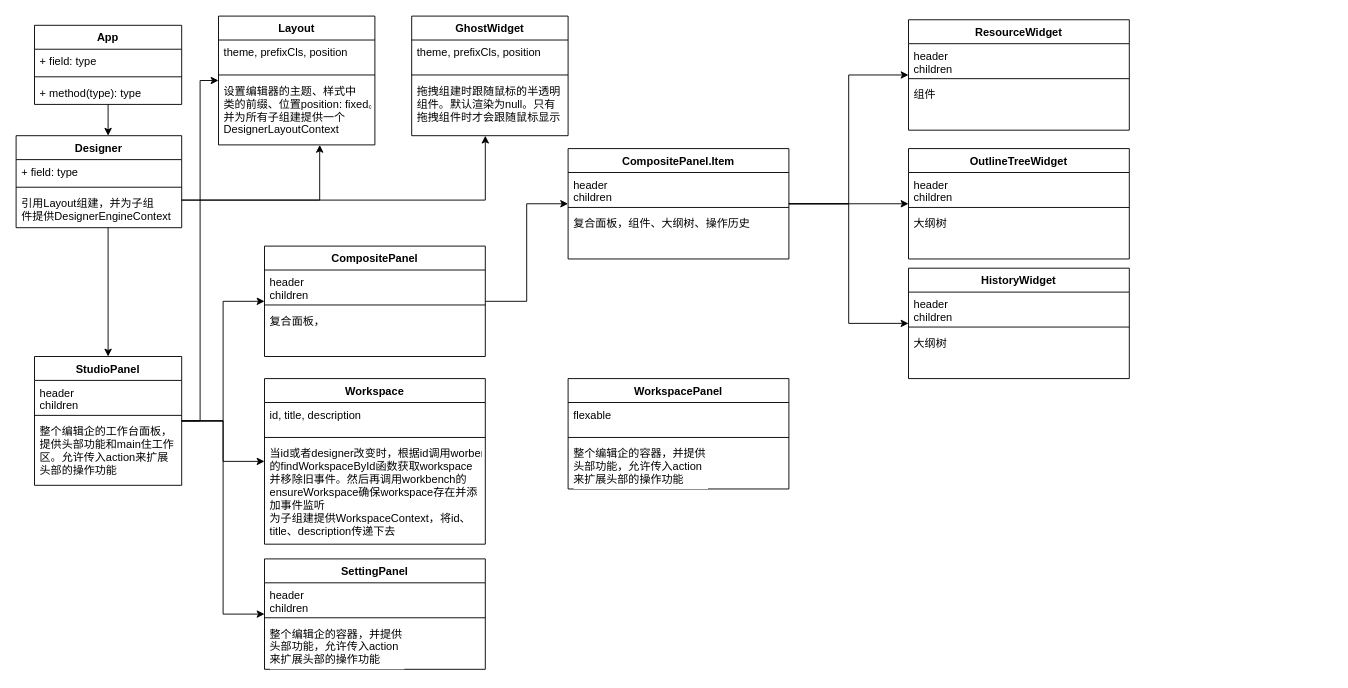
Above: page "第 2 页" (2 of 2) of designable.drawio in laogong5i0/app.diagrams (draw.io), before the change. Source tidied: cells renumbered, new cells numbered last; positions are measured from the earlier drawing's top-left corner, leaving out a move shared by most shapes. Both pictures are drawn from the tidied source at 92%, with x=0, y=0 at pixel (16, 16).
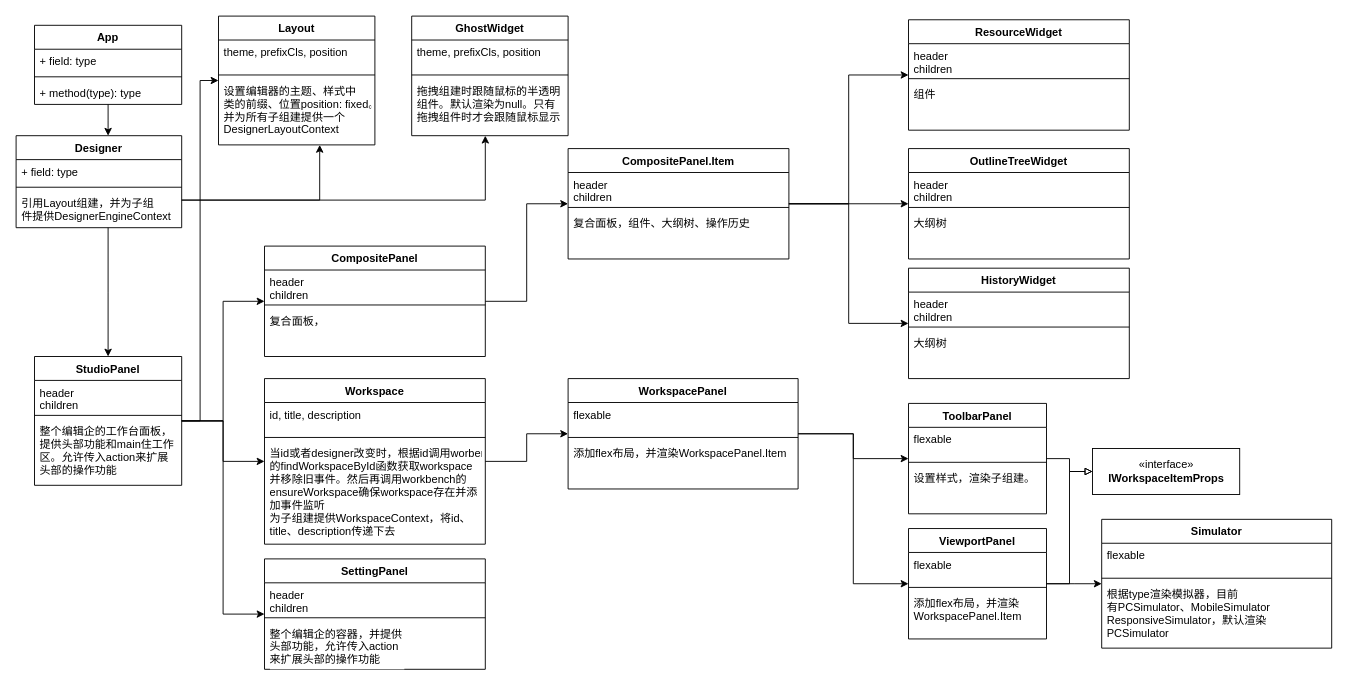
Above is the later version.

The change refers to these unchanged cells:
```xml
<mxCell id="26" value="Workspace" style="swimlane;fontStyle=1;align=center;verticalAlign=top;horizontal=1;startSize=26;labelBackgroundColor=#FFFFFF;fontFamily=Helvetica;fontColor=#000000;" parent="1" vertex="1">
  <mxGeometry x="270" y="394" width="240" height="180" as="geometry" />
</mxCell>
```

The edit, as a diff of the source:
```diff
@@
+    <mxCell id="66" style="edgeStyle=elbowEdgeStyle;rounded=0;jettySize=auto;html=1;fontFamily=Helvetica;fontColor=#000000;endArrow=classic;endFill=1;" parent="1" edge="1" source="26" target="62">
+      <mxGeometry relative="1" as="geometry" />
+    </mxCell>
@@
+    <mxCell id="67" style="edgeStyle=elbowEdgeStyle;rounded=0;jettySize=auto;html=1;fontFamily=Helvetica;fontColor=#000000;endArrow=classic;endFill=1;" parent="1" edge="1" source="62" target="71">
+      <mxGeometry relative="1" as="geometry" />
+    </mxCell>
+    <mxCell id="68" style="edgeStyle=elbowEdgeStyle;rounded=0;jettySize=auto;html=1;fontFamily=Helvetica;fontColor=#000000;endArrow=classic;endFill=1;" parent="1" edge="1" source="62" target="77">
+      <mxGeometry relative="1" as="geometry" />
+    </mxCell>
     <mxCell id="62" value="WorkspacePanel" style="swimlane;fontStyle=1;align=center;verticalAlign=top;horizontal=1;startSize=26;labelBackgroundColor=#FFFFFF;fontFamily=Helvetica;fontColor=#000000;" parent="1" vertex="1">
-      <mxGeometry x="600" y="394" width="240" height="120" as="geometry" />
+      <mxGeometry x="600" y="394" width="250" height="120" as="geometry" />
     </mxCell>
     <mxCell id="63" value="flexable" style="text;strokeColor=none;fillColor=none;align=left;verticalAlign=top;spacingLeft=4;spacingRight=4;overflow=hidden;labelBackgroundColor=#FFFFFF;fontFamily=Helvetica;fontColor=#000000;" parent="62" vertex="1">
-      <mxGeometry y="26" width="240" height="34" as="geometry" />
+      <mxGeometry y="26" width="250" height="34" as="geometry" />
     </mxCell>
     <mxCell id="64" style="line;strokeWidth=1;fillColor=none;align=left;verticalAlign=middle;spacingTop=-1;spacingLeft=3;spacingRight=3;labelPosition=right;labelBackgroundColor=#FFFFFF;fontFamily=Helvetica;fontColor=#000000;" parent="62" vertex="1">
-      <mxGeometry y="60" width="240" height="8" as="geometry" />
+      <mxGeometry y="60" width="250" height="8" as="geometry" />
     </mxCell>
-    <mxCell id="65" value="整个编辑企的容器，并提供&#10;头部功能，允许传入action&#10;来扩展头部的操作功能" style="text;strokeColor=none;fillColor=none;align=left;verticalAlign=top;spacingLeft=4;spacingRight=4;overflow=hidden;labelBackgroundColor=#FFFFFF;fontFamily=Helvetica;fontColor=#000000;" parent="62" vertex="1">
-      <mxGeometry y="68" width="240" height="52" as="geometry" />
+    <mxCell id="65" value="添加flex布局，并渲染WorkspacePanel.Item" style="text;strokeColor=none;fillColor=none;align=left;verticalAlign=top;spacingLeft=4;spacingRight=4;overflow=hidden;labelBackgroundColor=#FFFFFF;fontFamily=Helvetica;fontColor=#000000;" parent="62" vertex="1">
+      <mxGeometry y="68" width="250" height="52" as="geometry" />
     </mxCell>
+    <mxCell id="69" value="«interface»&lt;br&gt;&lt;b&gt;IWorkspaceItemProps&lt;/b&gt;" style="html=1;labelBackgroundColor=#FFFFFF;fontFamily=Helvetica;fontColor=#000000;" parent="1" vertex="1">
+      <mxGeometry x="1170" y="470" width="160" height="50" as="geometry" />
+    </mxCell>
+    <mxCell id="70" style="edgeStyle=elbowEdgeStyle;rounded=0;jettySize=auto;html=1;fontFamily=Helvetica;fontColor=#000000;endArrow=block;endFill=0;" parent="1" edge="1" source="71" target="69">
+      <mxGeometry relative="1" as="geometry" />
+    </mxCell>
+    <mxCell id="71" value="ToolbarPanel" style="swimlane;fontStyle=1;align=center;verticalAlign=top;horizontal=1;startSize=26;labelBackgroundColor=#FFFFFF;fontFamily=Helvetica;fontColor=#000000;" parent="1" vertex="1">
+      <mxGeometry x="970" y="421" width="150" height="120" as="geometry" />
+    </mxCell>
+    <mxCell id="72" value="flexable" style="text;strokeColor=none;fillColor=none;align=left;verticalAlign=top;spacingLeft=4;spacingRight=4;overflow=hidden;labelBackgroundColor=#FFFFFF;fontFamily=Helvetica;fontColor=#000000;" parent="71" vertex="1">
+      <mxGeometry y="26" width="150" height="34" as="geometry" />
+    </mxCell>
+    <mxCell id="73" style="line;strokeWidth=1;fillColor=none;align=left;verticalAlign=middle;spacingTop=-1;spacingLeft=3;spacingRight=3;labelPosition=right;labelBackgroundColor=#FFFFFF;fontFamily=Helvetica;fontColor=#000000;" parent="71" vertex="1">
+      <mxGeometry y="60" width="150" height="8" as="geometry" />
+    </mxCell>
+    <mxCell id="74" value="设置样式，渲染子组建。" style="text;strokeColor=none;fillColor=none;align=left;verticalAlign=top;spacingLeft=4;spacingRight=4;overflow=hidden;labelBackgroundColor=#FFFFFF;fontFamily=Helvetica;fontColor=#000000;" parent="71" vertex="1">
+      <mxGeometry y="68" width="150" height="52" as="geometry" />
+    </mxCell>
+    <mxCell id="75" style="edgeStyle=elbowEdgeStyle;rounded=0;jettySize=auto;html=1;fontFamily=Helvetica;fontColor=#000000;endArrow=block;endFill=0;" parent="1" edge="1" source="77" target="69">
+      <mxGeometry relative="1" as="geometry" />
+    </mxCell>
+    <mxCell id="76" style="edgeStyle=elbowEdgeStyle;rounded=0;jettySize=auto;html=1;fontFamily=Helvetica;fontColor=#000000;endArrow=classic;endFill=1;" parent="1" edge="1" source="77" target="81">
+      <mxGeometry relative="1" as="geometry" />
+    </mxCell>
+    <mxCell id="77" value="ViewportPanel" style="swimlane;fontStyle=1;align=center;verticalAlign=top;horizontal=1;startSize=26;labelBackgroundColor=#FFFFFF;fontFamily=Helvetica;fontColor=#000000;" parent="1" vertex="1">
+      <mxGeometry x="970" y="557" width="150" height="120" as="geometry" />
+    </mxCell>
+    <mxCell id="78" value="flexable" style="text;strokeColor=none;fillColor=none;align=left;verticalAlign=top;spacingLeft=4;spacingRight=4;overflow=hidden;labelBackgroundColor=#FFFFFF;fontFamily=Helvetica;fontColor=#000000;" parent="77" vertex="1">
+      <mxGeometry y="26" width="150" height="34" as="geometry" />
+    </mxCell>
+    <mxCell id="79" style="line;strokeWidth=1;fillColor=none;align=left;verticalAlign=middle;spacingTop=-1;spacingLeft=3;spacingRight=3;labelPosition=right;labelBackgroundColor=#FFFFFF;fontFamily=Helvetica;fontColor=#000000;" parent="77" vertex="1">
+      <mxGeometry y="60" width="150" height="8" as="geometry" />
+    </mxCell>
+    <mxCell id="80" value="添加flex布局，并渲染&#10;WorkspacePanel.Item" style="text;strokeColor=none;fillColor=none;align=left;verticalAlign=top;spacingLeft=4;spacingRight=4;overflow=hidden;labelBackgroundColor=#FFFFFF;fontFamily=Helvetica;fontColor=#000000;" parent="77" vertex="1">
+      <mxGeometry y="68" width="150" height="52" as="geometry" />
+    </mxCell>
+    <mxCell id="81" value="Simulator" style="swimlane;fontStyle=1;align=center;verticalAlign=top;horizontal=1;startSize=26;labelBackgroundColor=#FFFFFF;fontFamily=Helvetica;fontColor=#000000;" parent="1" vertex="1">
+      <mxGeometry x="1180" y="547" width="250" height="140" as="geometry" />
+    </mxCell>
+    <mxCell id="82" value="flexable" style="text;strokeColor=none;fillColor=none;align=left;verticalAlign=top;spacingLeft=4;spacingRight=4;overflow=hidden;labelBackgroundColor=#FFFFFF;fontFamily=Helvetica;fontColor=#000000;" parent="81" vertex="1">
+      <mxGeometry y="26" width="250" height="34" as="geometry" />
+    </mxCell>
+    <mxCell id="83" style="line;strokeWidth=1;fillColor=none;align=left;verticalAlign=middle;spacingTop=-1;spacingLeft=3;spacingRight=3;labelPosition=right;labelBackgroundColor=#FFFFFF;fontFamily=Helvetica;fontColor=#000000;" parent="81" vertex="1">
+      <mxGeometry y="60" width="250" height="8" as="geometry" />
+    </mxCell>
+    <mxCell id="84" value="根据type渲染模拟器，目前&#10;有PCSimulator、MobileSimulator&#10;ResponsiveSimulator，默认渲染&#10;PCSimulator" style="text;strokeColor=none;fillColor=none;align=left;verticalAlign=top;spacingLeft=4;spacingRight=4;overflow=hidden;labelBackgroundColor=#FFFFFF;fontFamily=Helvetica;fontColor=#000000;" parent="81" vertex="1">
+      <mxGeometry y="68" width="250" height="72" as="geometry" />
+    </mxCell>
```
